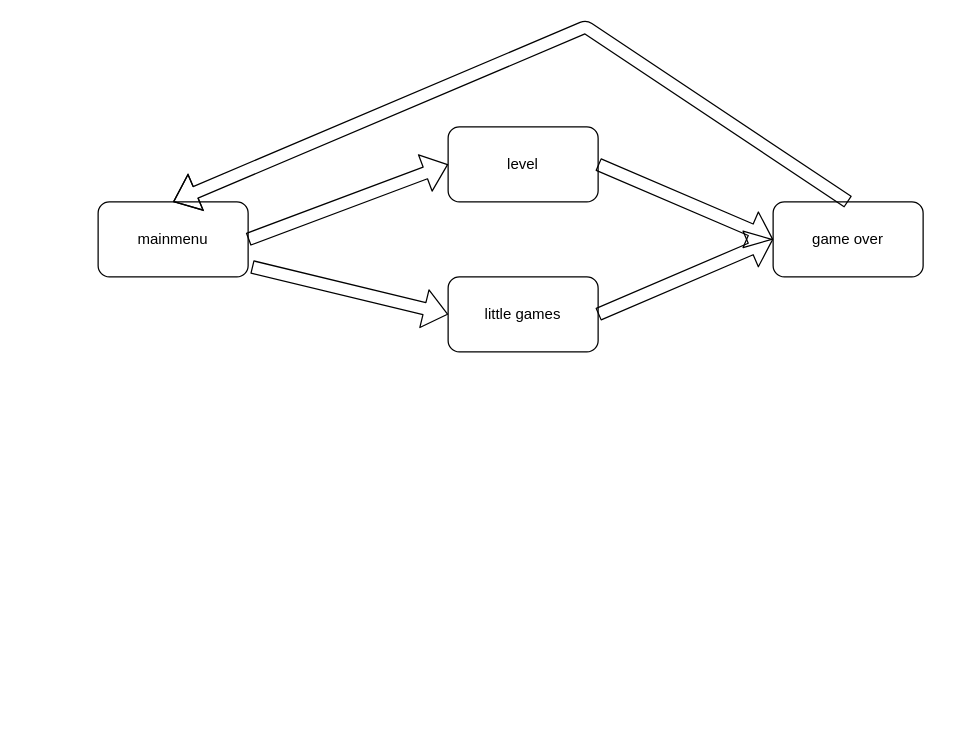
wszqkzqk/pypvz keeps this draw.io diagram as page "第 1 页" (1 of 2) of resources/about.drawio. Above is the earlier version. Source tidied: cells renumbered, new cells numbered last; positions are measured from the earlier drawing's top-left corner, leaving out a move shared by most shapes. Both pictures are drawn from the tidied source at 125%, with x=0, y=0 at pixel (98, 26).
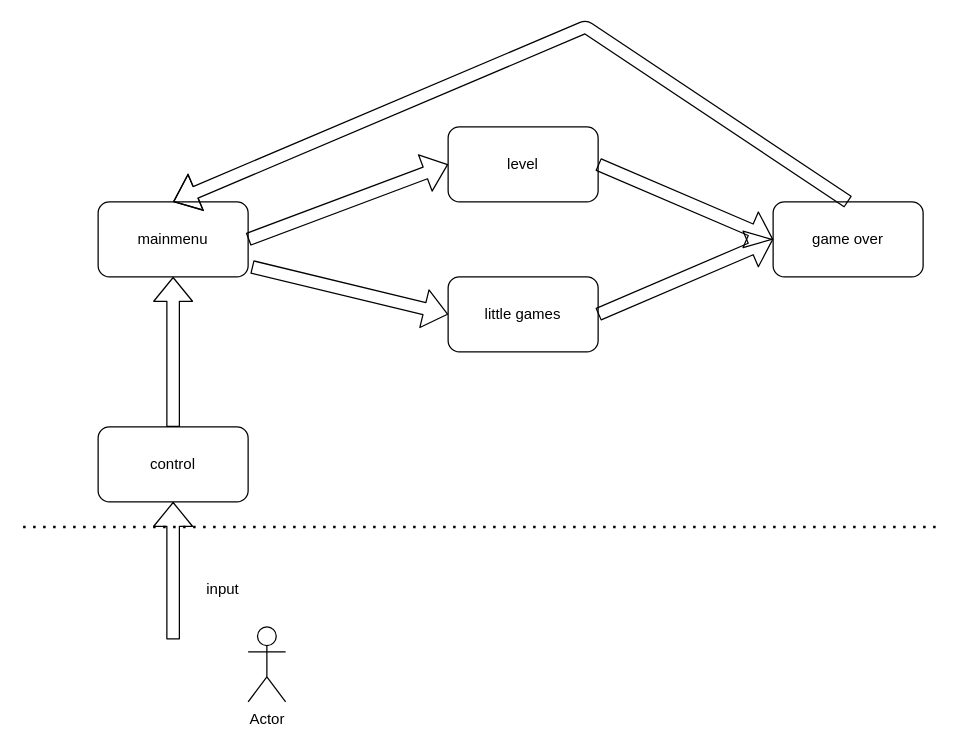
Above is the later version.

Diff of the diagram source:
```diff
@@
 <mxGraphModel>
   <root>
     <mxCell id="0" />
     <mxCell id="1" parent="0" />
     <mxCell id="2" value="mainmenu" style="rounded=1;whiteSpace=wrap;html=1;" parent="1" vertex="1">
       <mxGeometry y="140" width="120" height="60" as="geometry" />
     </mxCell>
     <mxCell id="3" value="level" style="rounded=1;whiteSpace=wrap;html=1;" parent="1" vertex="1">
       <mxGeometry x="280" y="80" width="120" height="60" as="geometry" />
     </mxCell>
     <mxCell id="4" value="game over" style="rounded=1;whiteSpace=wrap;html=1;" parent="1" vertex="1">
       <mxGeometry x="540" y="140" width="120" height="60" as="geometry" />
     </mxCell>
     <mxCell id="5" value="little games" style="rounded=1;whiteSpace=wrap;html=1;" parent="1" vertex="1">
       <mxGeometry x="280" y="200" width="120" height="60" as="geometry" />
     </mxCell>
     <mxCell id="6" style="shape=flexArrow;endArrow=classic;html=1;exitX=1;exitY=0.5;exitDx=0;exitDy=0;entryX=0;entryY=0.5;entryDx=0;entryDy=0;" parent="1" edge="1" source="2" target="3">
       <mxGeometry relative="1" as="geometry" />
     </mxCell>
     <mxCell id="7" style="shape=flexArrow;endArrow=classic;html=1;exitX=1.025;exitY=0.867;exitDx=0;exitDy=0;exitPerimeter=0;entryX=0;entryY=0.5;entryDx=0;entryDy=0;" parent="1" edge="1" source="2" target="5">
       <mxGeometry relative="1" as="geometry" />
     </mxCell>
     <mxCell id="8" style="shape=flexArrow;endArrow=classic;html=1;exitX=1;exitY=0.5;exitDx=0;exitDy=0;entryX=0;entryY=0.5;entryDx=0;entryDy=0;" parent="1" edge="1" source="3" target="4">
       <mxGeometry relative="1" as="geometry" />
     </mxCell>
     <mxCell id="9" style="shape=flexArrow;endArrow=classic;html=1;entryX=0;entryY=0.5;entryDx=0;entryDy=0;exitX=1;exitY=0.5;exitDx=0;exitDy=0;" parent="1" edge="1" source="5" target="4">
       <mxGeometry relative="1" as="geometry" />
     </mxCell>
     <mxCell id="10" style="shape=flexArrow;endArrow=classic;html=1;exitX=0.5;exitY=0;exitDx=0;exitDy=0;entryX=0.5;entryY=0;entryDx=0;entryDy=0;" parent="1" edge="1" source="4" target="2">
       <mxGeometry relative="1" as="geometry">
         <Array as="points">
           <mxPoint x="390" />
         </Array>
       </mxGeometry>
     </mxCell>
+    <mxCell id="11" value="control" style="rounded=1;whiteSpace=wrap;html=1;" parent="1" vertex="1">
+      <mxGeometry y="320" width="120" height="60" as="geometry" />
+    </mxCell>
+    <mxCell id="12" style="shape=flexArrow;endArrow=classic;html=1;entryX=0.5;entryY=1;entryDx=0;entryDy=0;exitX=0.5;exitY=0;exitDx=0;exitDy=0;" parent="1" edge="1" source="11" target="2">
+      <mxGeometry relative="1" as="geometry" />
+    </mxCell>
+    <mxCell id="13" style="endArrow=none;dashed=1;html=1;dashPattern=1 3;strokeWidth=2;" parent="1" edge="1">
+      <mxGeometry relative="1" as="geometry">
+        <mxPoint x="-60" y="400" as="sourcePoint" />
+        <mxPoint x="675.3" y="400" as="targetPoint" />
+      </mxGeometry>
+    </mxCell>
+    <mxCell id="14" style="shape=flexArrow;endArrow=classic;html=1;entryX=0.5;entryY=1;entryDx=0;entryDy=0;" parent="1" edge="1" target="11">
+      <mxGeometry relative="1" as="geometry">
+        <mxPoint x="60" y="490" as="sourcePoint" />
+      </mxGeometry>
+    </mxCell>
+    <mxCell id="15" value="Actor" style="shape=umlActor;verticalLabelPosition=bottom;verticalAlign=top;html=1;" parent="1" vertex="1">
+      <mxGeometry x="120" y="480" width="30" height="60" as="geometry" />
+    </mxCell>
+    <mxCell id="16" value="input" style="text;html=1;strokeColor=none;fillColor=none;align=center;verticalAlign=middle;whiteSpace=wrap;rounded=0;" parent="1" vertex="1">
+      <mxGeometry x="80" y="440" width="40" height="20" as="geometry" />
+    </mxCell>
   </root>
 </mxGraphModel>
```
